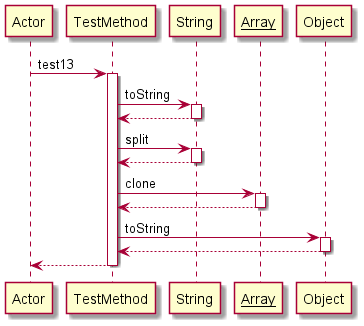
manucapo/Gardener keeps this PlantUML diagram as Diagrams/test13.png. Above is the earlier version. The source it was exported from:
```plantuml
@startuml
participant Actor
Actor -> TestMethod: test13
activate TestMethod
TestMethod -> String: toString
activate String
String-->TestMethod
deactivate String
TestMethod -> String: split
activate String
String-->TestMethod
deactivate String
TestMethod -> __Array__: clone
activate __Array__
__Array__-->TestMethod
deactivate __Array__
TestMethod -> Object: toString
activate Object
Object-->TestMethod
deactivate Object
return
@enduml
```
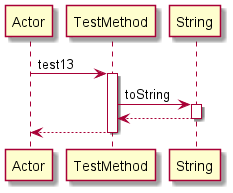
Above is the later version.

Diff of the diagram source:
```diff
@@ -6,17 +6,5 @@
 activate String
 String-->TestMethod
 deactivate String
-TestMethod -> String: split
-activate String
-String-->TestMethod
-deactivate String
-TestMethod -> __Array__: clone
-activate __Array__
-__Array__-->TestMethod
-deactivate __Array__
-TestMethod -> Object: toString
-activate Object
-Object-->TestMethod
-deactivate Object
 return
 @enduml
```
